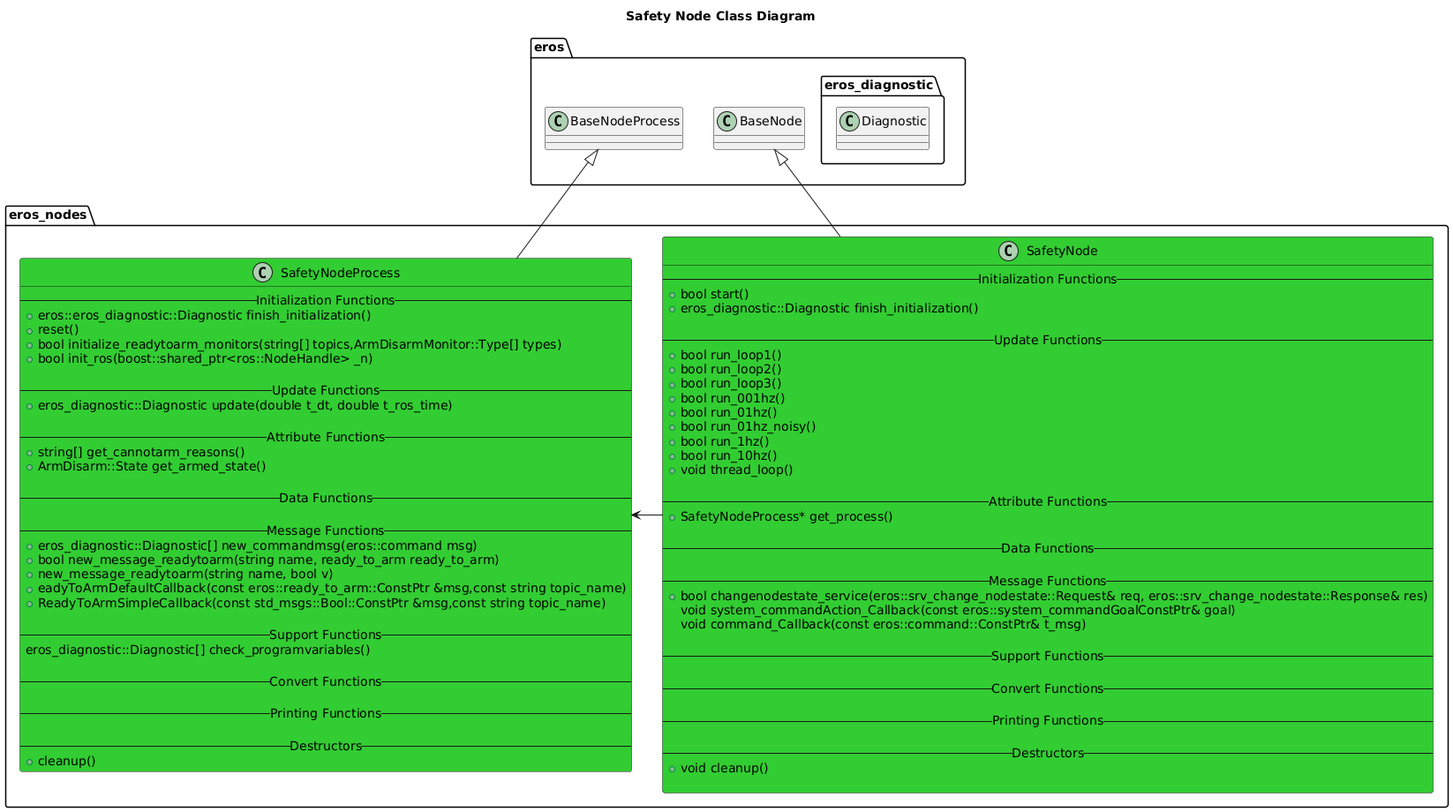
dgitz/eros keeps this PlantUML diagram as nodes/SafetyNode/doc/output/SafetyNodeClassDiagram.png. Above is the earlier version.
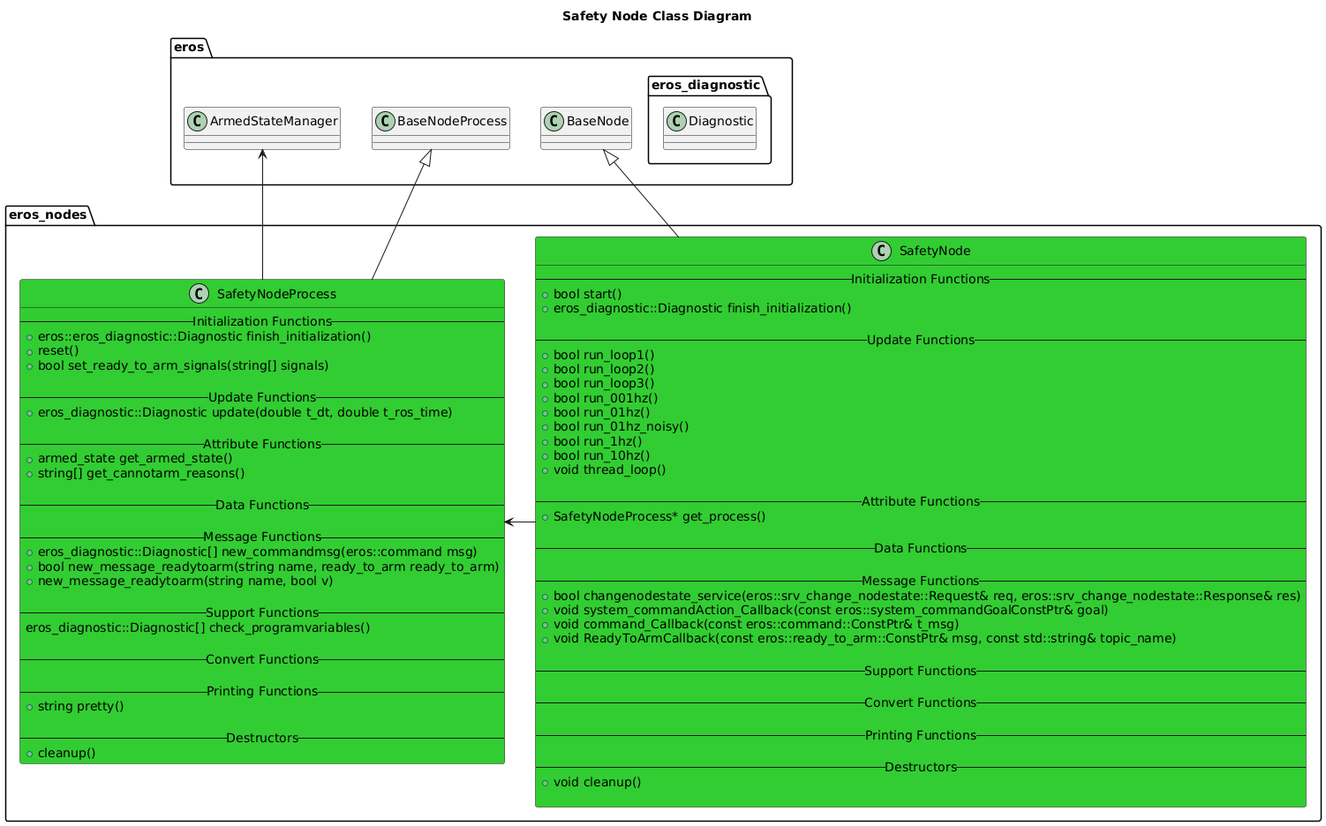
Later version of the same file.

Diff of the diagram source:
```diff
@@ -3,6 +3,7 @@
 package eros {
     class BaseNode
     class BaseNodeProcess
+    class ArmedStateManager
     namespace eros_diagnostic {
         class Diagnostic
     }
@@ -31,8 +32,9 @@
 
         -- Message Functions --
         +bool changenodestate_service(eros::srv_change_nodestate::Request& req, eros::srv_change_nodestate::Response& res)
-        void system_commandAction_Callback(const eros::system_commandGoalConstPtr& goal)
-        void command_Callback(const eros::command::ConstPtr& t_msg)
+        +void system_commandAction_Callback(const eros::system_commandGoalConstPtr& goal)
+        +void command_Callback(const eros::command::ConstPtr& t_msg)
+        +void ReadyToArmCallback(const eros::ready_to_arm::ConstPtr& msg, const std::string& topic_name)
 
         -- Support Functions --
 
@@ -48,15 +50,14 @@
         -- Initialization Functions --
         +eros::eros_diagnostic::Diagnostic finish_initialization()
         +reset()
-        +bool initialize_readytoarm_monitors(string[] topics,ArmDisarmMonitor::Type[] types)
-        +bool init_ros(boost::shared_ptr<ros::NodeHandle> _n)
+        +bool set_ready_to_arm_signals(string[] signals)
 
         -- Update Functions --
         +eros_diagnostic::Diagnostic update(double t_dt, double t_ros_time)
 
         -- Attribute Functions --
+        +armed_state get_armed_state()
         +string[] get_cannotarm_reasons()
-        +ArmDisarm::State get_armed_state()
 
         -- Data Functions --
 
@@ -64,8 +65,6 @@
         +eros_diagnostic::Diagnostic[] new_commandmsg(eros::command msg)
         +bool new_message_readytoarm(string name, ready_to_arm ready_to_arm)
         +new_message_readytoarm(string name, bool v)
-        +eadyToArmDefaultCallback(const eros::ready_to_arm::ConstPtr &msg,const string topic_name)
-        +ReadyToArmSimpleCallback(const std_msgs::Bool::ConstPtr &msg,const string topic_name)
 
         -- Support Functions --
         eros_diagnostic::Diagnostic[] check_programvariables()
@@ -73,6 +72,7 @@
         -- Convert Functions --
 
         -- Printing Functions --
+        +string pretty()
 
         -- Destructors --
         +cleanup()
@@ -81,6 +81,7 @@
     BaseNode <|-- SafetyNode
     BaseNodeProcess <|-- SafetyNodeProcess
     SafetyNode -> SafetyNodeProcess
+    SafetyNodeProcess --> ArmedStateManager
 }
 
 @enduml
```
